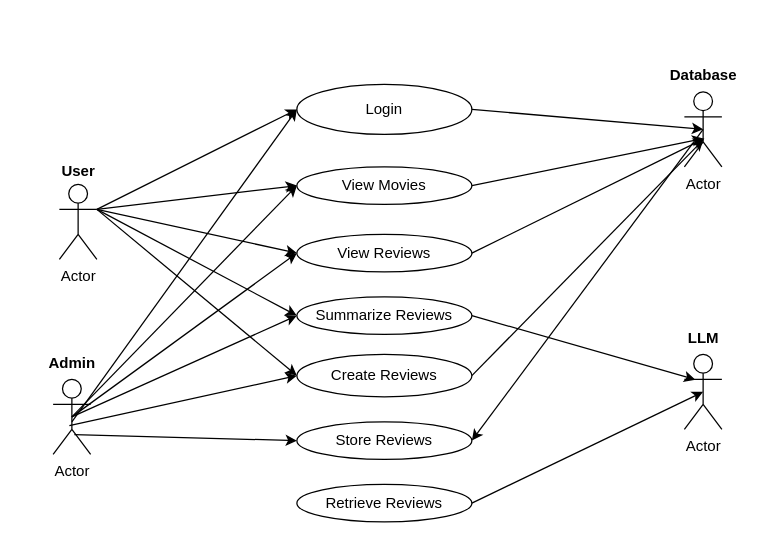
Earlier version of the draw.io diagram diagrams/MovieReviewUseCases.drawio (YounnIm/SENG401-Project). Source tidied: cells renumbered, new cells numbered last; positions are measured from the earlier drawing's top-left corner, leaving out a move shared by most shapes. Both pictures are drawn from the tidied source at 125%, with x=0, y=0 at pixel (21, 59).
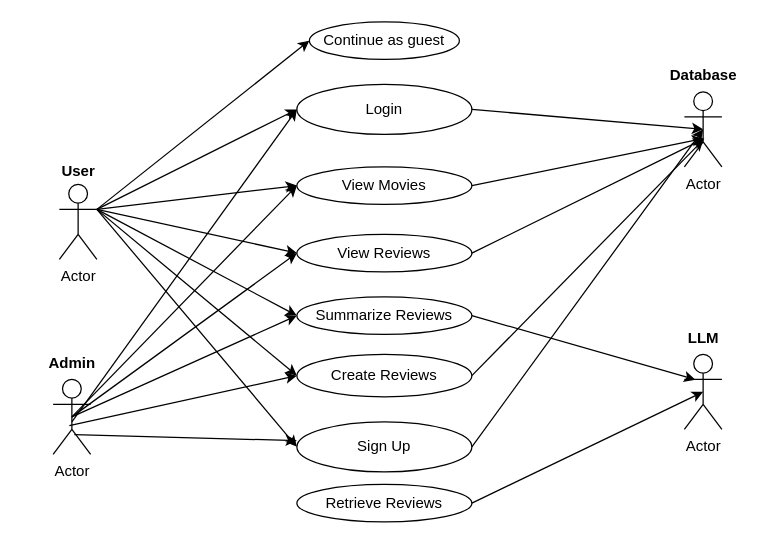
Above is the later version.

Commit message:
Updated diagram "final" Requirements Document

Unchanged cells that the change refers to:
```xml
<mxCell id="2" value="Actor" style="shape=umlActor;verticalLabelPosition=bottom;verticalAlign=top;html=1;" parent="1" vertex="1">
  <mxGeometry x="30" y="100" width="30" height="60" as="geometry" />
</mxCell>
<mxCell id="3" value="Actor" style="shape=umlActor;verticalLabelPosition=bottom;verticalAlign=top;html=1;" parent="1" vertex="1">
  <mxGeometry x="25" y="256" width="30" height="60" as="geometry" />
</mxCell>
<mxCell id="5" value="Actor" style="shape=umlActor;verticalLabelPosition=bottom;verticalAlign=top;html=1;" parent="1" vertex="1">
  <mxGeometry x="530" y="26" width="30" height="60" as="geometry" />
</mxCell>
```

Diff of the diagram source:
```diff
@@
-    <mxCell id="15" value="Store Reviews" style="ellipse;whiteSpace=wrap;html=1;" parent="1" vertex="1">
-      <mxGeometry x="220" y="290" width="140" height="30" as="geometry" />
-    </mxCell>
@@
-    <mxCell id="27" style="endArrow=classic;html=1;rounded=0;exitX=0.5;exitY=0.5;exitDx=0;exitDy=0;exitPerimeter=0;entryX=1;entryY=0.5;entryDx=0;entryDy=0;" parent="1" edge="1" source="5" target="15">
-      <mxGeometry relative="1" as="geometry" />
-    </mxCell>
@@
-    <mxCell id="29" style="endArrow=classic;html=1;rounded=0;exitX=0.567;exitY=0.737;exitDx=0;exitDy=0;exitPerimeter=0;entryX=0;entryY=0.5;entryDx=0;entryDy=0;" parent="1" edge="1" source="3" target="15">
-      <mxGeometry relative="1" as="geometry" />
+    <mxCell id="29" style="endArrow=classic;html=1;rounded=0;exitX=0.567;exitY=0.737;exitDx=0;exitDy=0;exitPerimeter=0;entryX=0;entryY=0.5;entryDx=0;entryDy=0;" parent="1" edge="1" source="3">
+      <mxGeometry relative="1" as="geometry">
+        <mxPoint x="220" y="305" as="targetPoint" />
+      </mxGeometry>
     </mxCell>
@@
+    <mxCell id="35" value="Sign Up" style="ellipse;whiteSpace=wrap;html=1;" parent="1" vertex="1">
+      <mxGeometry x="220" y="290" width="140" height="40" as="geometry" />
+    </mxCell>
+    <mxCell id="36" style="endArrow=classic;html=1;exitX=1;exitY=0.3333333333333333;exitDx=0;exitDy=0;exitPerimeter=0;entryX=0;entryY=0.5;entryDx=0;entryDy=0;" parent="1" edge="1" source="2" target="35">
+      <mxGeometry relative="1" as="geometry" />
+    </mxCell>
+    <mxCell id="37" style="endArrow=classic;html=1;exitX=1;exitY=0.5;exitDx=0;exitDy=0;entryX=0.5;entryY=0.5;entryDx=0;entryDy=0;entryPerimeter=0;" parent="1" edge="1" source="35" target="5">
+      <mxGeometry relative="1" as="geometry" />
+    </mxCell>
+    <mxCell id="38" value="Continue as guest" style="ellipse;whiteSpace=wrap;html=1;" parent="1" vertex="1">
+      <mxGeometry x="230" y="-30" width="120" height="30" as="geometry" />
+    </mxCell>
+    <mxCell id="39" style="endArrow=classic;html=1;entryX=0;entryY=0.5;entryDx=0;entryDy=0;" parent="1" edge="1" target="38">
+      <mxGeometry relative="1" as="geometry">
+        <mxPoint x="60" y="120" as="sourcePoint" />
+      </mxGeometry>
+    </mxCell>
```
